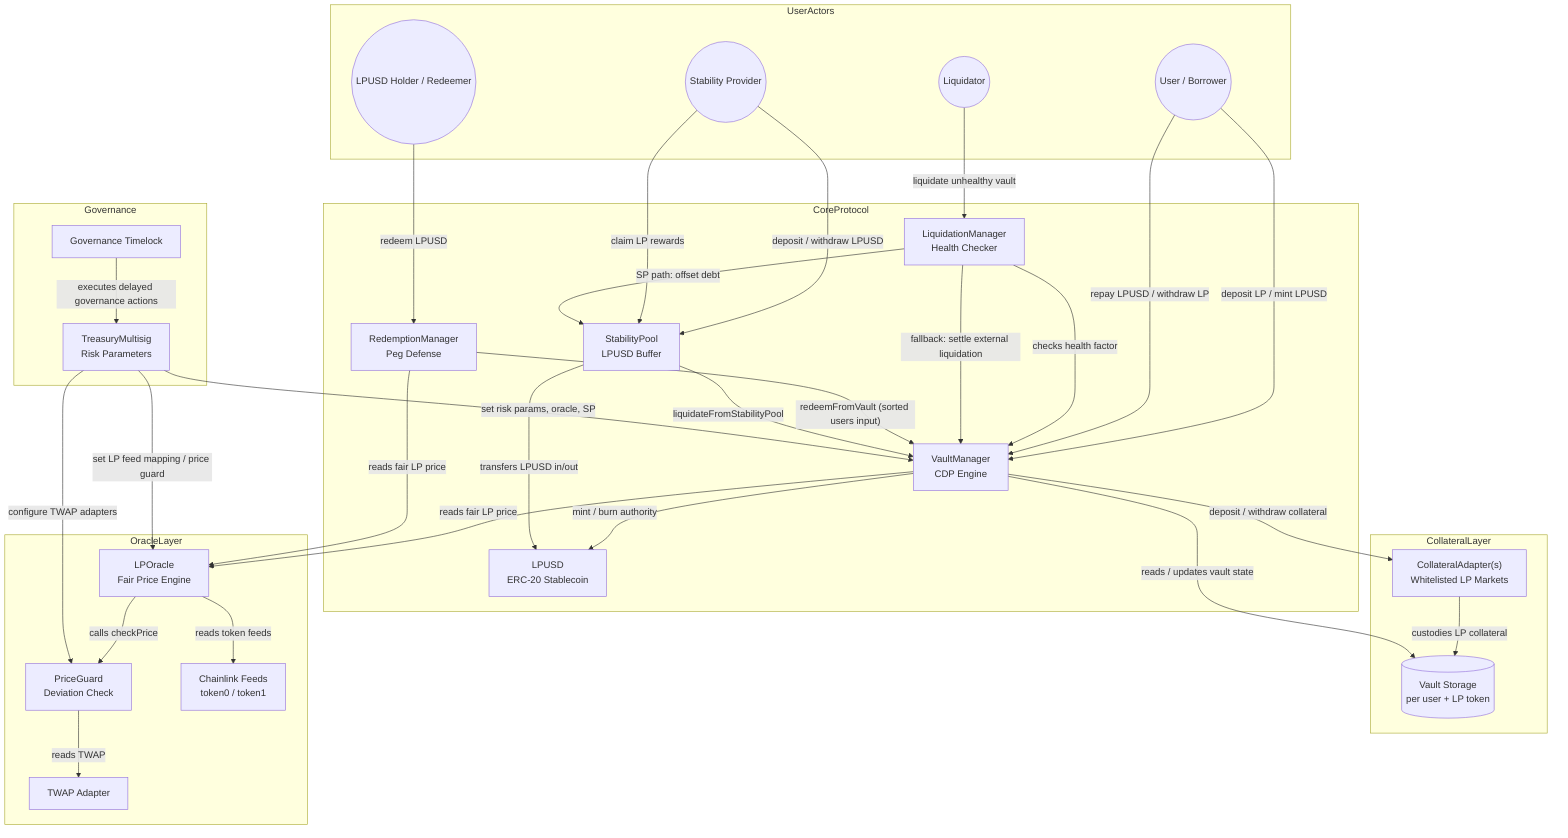
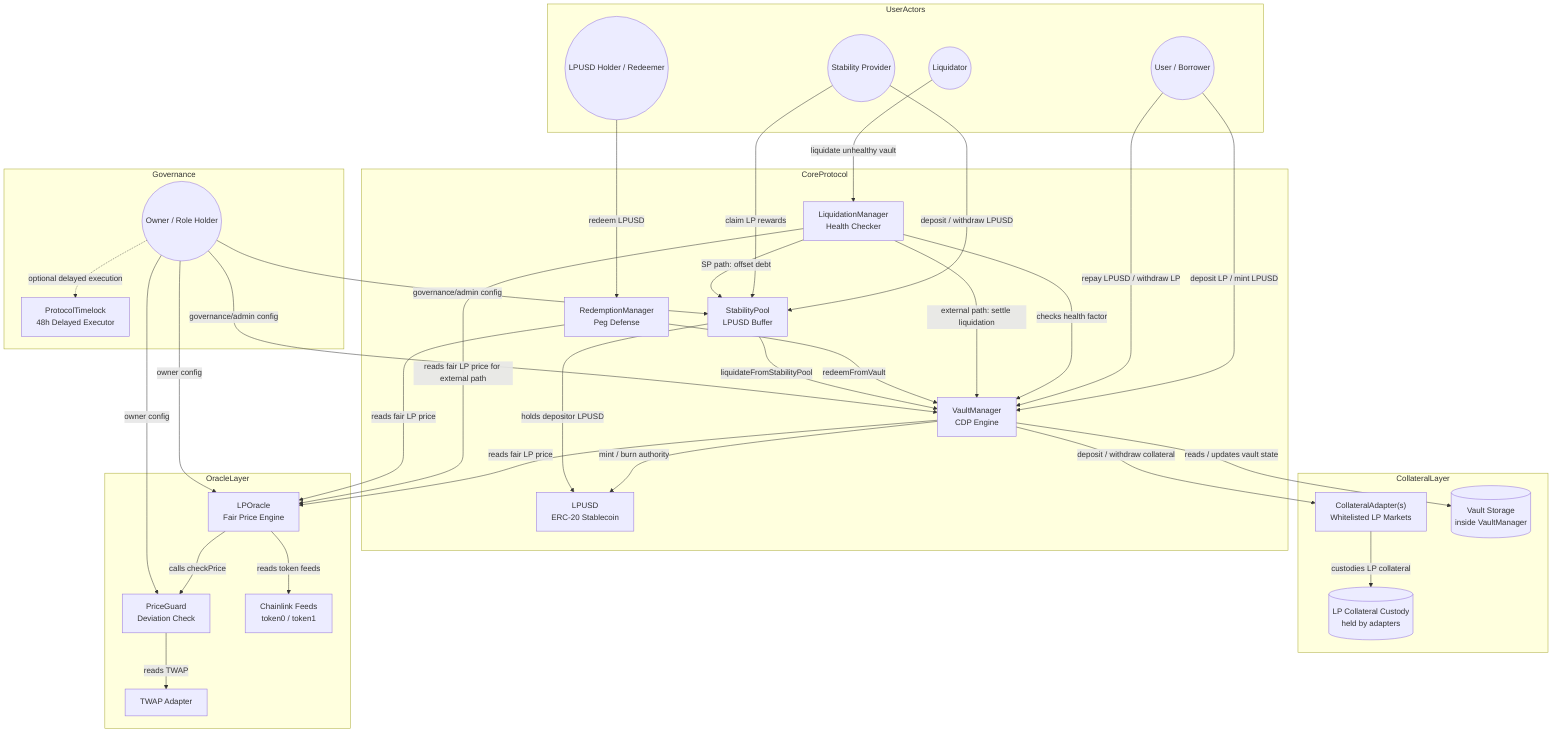
graph TB
    subgraph users [UserActors]
        USER((User / Borrower))
        LIQUIDATOR((Liquidator))
        REDEEMER((LPUSD Holder / Redeemer))
        SP_DEPOSITOR((Stability Provider))
    end

    subgraph core [CoreProtocol]
        VM[VaultManager\nCDP Engine]
        LPUSD_TOKEN[LPUSD\nERC-20 Stablecoin]
        SP[StabilityPool\nLPUSD Buffer]
        LM[LiquidationManager\nHealth Checker]
        RM[RedemptionManager\nPeg Defense]
    end

    subgraph collateral [CollateralLayer]
        CA["CollateralAdapter(s)\nWhitelisted LP Markets"]
-         VAULT_STORE[("Vault Storage\nper user + LP token")]
+         VAULT_STORE[("Vault Storage\ninside VaultManager")]
+         LP_CUSTODY[("LP Collateral Custody\nheld by adapters")]
    end

    subgraph oracle [OracleLayer]
        LP_ORACLE[LPOracle\nFair Price Engine]
        PRICE_GUARD[PriceGuard\nDeviation Check]
        TWAP_ADAPTER[TWAP Adapter]
        CHAINLINK[Chainlink Feeds\ntoken0 / token1]
    end

    subgraph gov [Governance]
-         TREASURY[TreasuryMultisig\nRisk Parameters]
-         GOV[Governance Timelock]
+         GOV_ADMIN((Owner / Role Holder))
+         TIMELOCK[ProtocolTimelock\n48h Delayed Executor]
    end

    USER -->|deposit LP / mint LPUSD| VM
    USER -->|repay LPUSD / withdraw LP| VM
    SP_DEPOSITOR -->|deposit / withdraw LPUSD| SP
    SP_DEPOSITOR -->|claim LP rewards| SP
    LIQUIDATOR -->|liquidate unhealthy vault| LM
    REDEEMER -->|redeem LPUSD| RM

    LM -->|checks health factor| VM
    LM -->|SP path: offset debt| SP
-     LM -->|fallback: settle external liquidation| VM
-     RM -->|"redeemFromVault (sorted users input)"| VM
+     LM -->|external path: settle liquidation| VM
+     RM -->|redeemFromVault| VM

    SP -->|liquidateFromStabilityPool| VM
    VM -->|mint / burn authority| LPUSD_TOKEN
-     SP -->|transfers LPUSD in/out| LPUSD_TOKEN
+     SP -->|holds depositor LPUSD| LPUSD_TOKEN

    VM -->|deposit / withdraw collateral| CA
-     CA -->|custodies LP collateral| VAULT_STORE
    VM -->|reads / updates vault state| VAULT_STORE
+     CA -->|custodies LP collateral| LP_CUSTODY

    VM -->|reads fair LP price| LP_ORACLE
+     LM -->|reads fair LP price for external path| LP_ORACLE
    RM -->|reads fair LP price| LP_ORACLE
    LP_ORACLE -->|reads token feeds| CHAINLINK
    LP_ORACLE -->|calls checkPrice| PRICE_GUARD
    PRICE_GUARD -->|reads TWAP| TWAP_ADAPTER

-     GOV -->|executes delayed governance actions| TREASURY
-     TREASURY -->|set risk params, oracle, SP| VM
-     TREASURY -->|configure TWAP adapters| PRICE_GUARD
-     TREASURY -->|set LP feed mapping / price guard| LP_ORACLE+     GOV_ADMIN -->|governance/admin config| VM
+     GOV_ADMIN -->|owner config| PRICE_GUARD
+     GOV_ADMIN -->|owner config| LP_ORACLE
+     GOV_ADMIN -->|governance/admin config| SP
+     GOV_ADMIN -. optional delayed execution .-> TIMELOCK